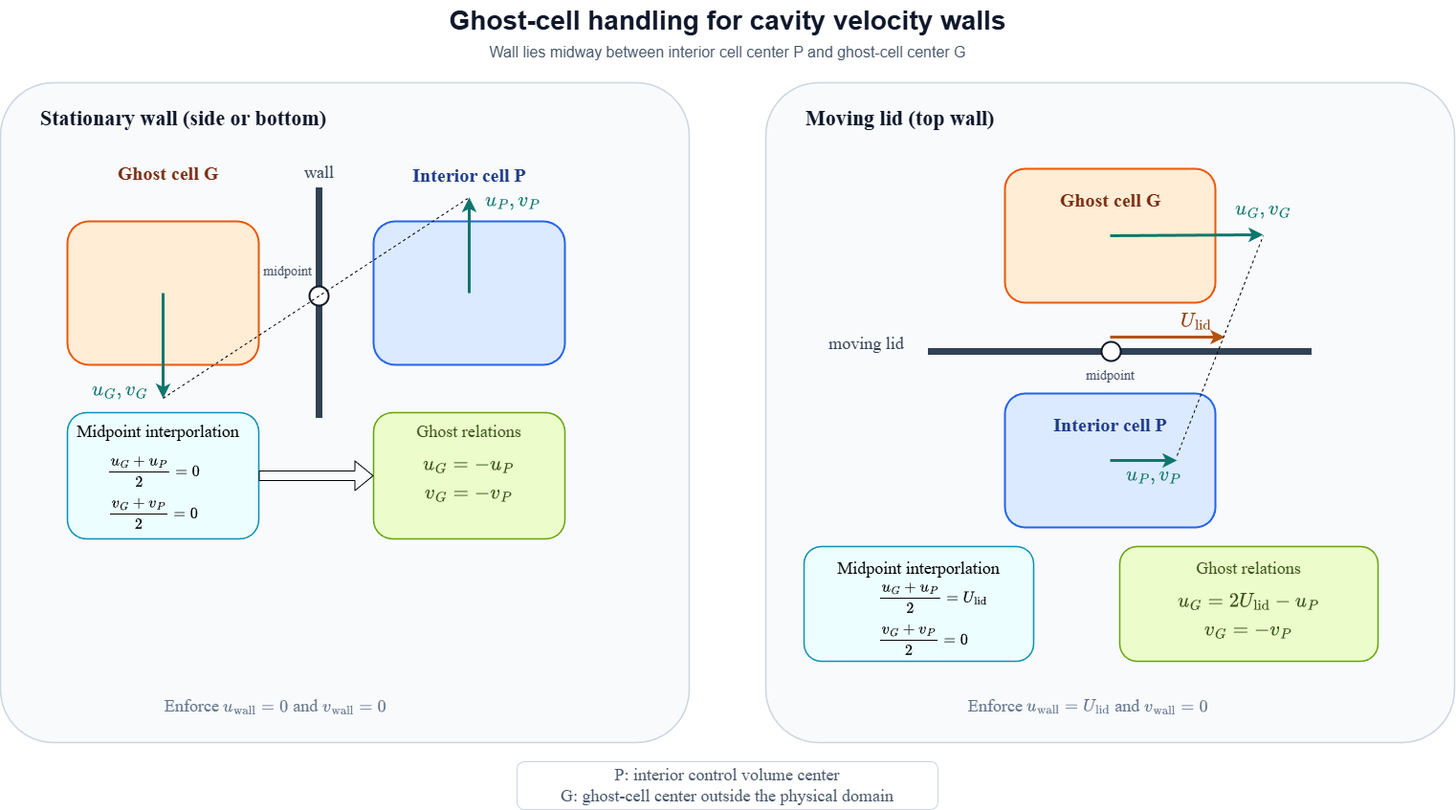
Before: docs/ghost_cell_velocity_boundaries.png, a diagram exported from draw.io (yinweijie/cfd-fvm-simple-eigen). Source tidied: cells renumbered, new cells last; positions are measured from the earlier drawing's top-left corner, leaving out a move shared by most shapes.
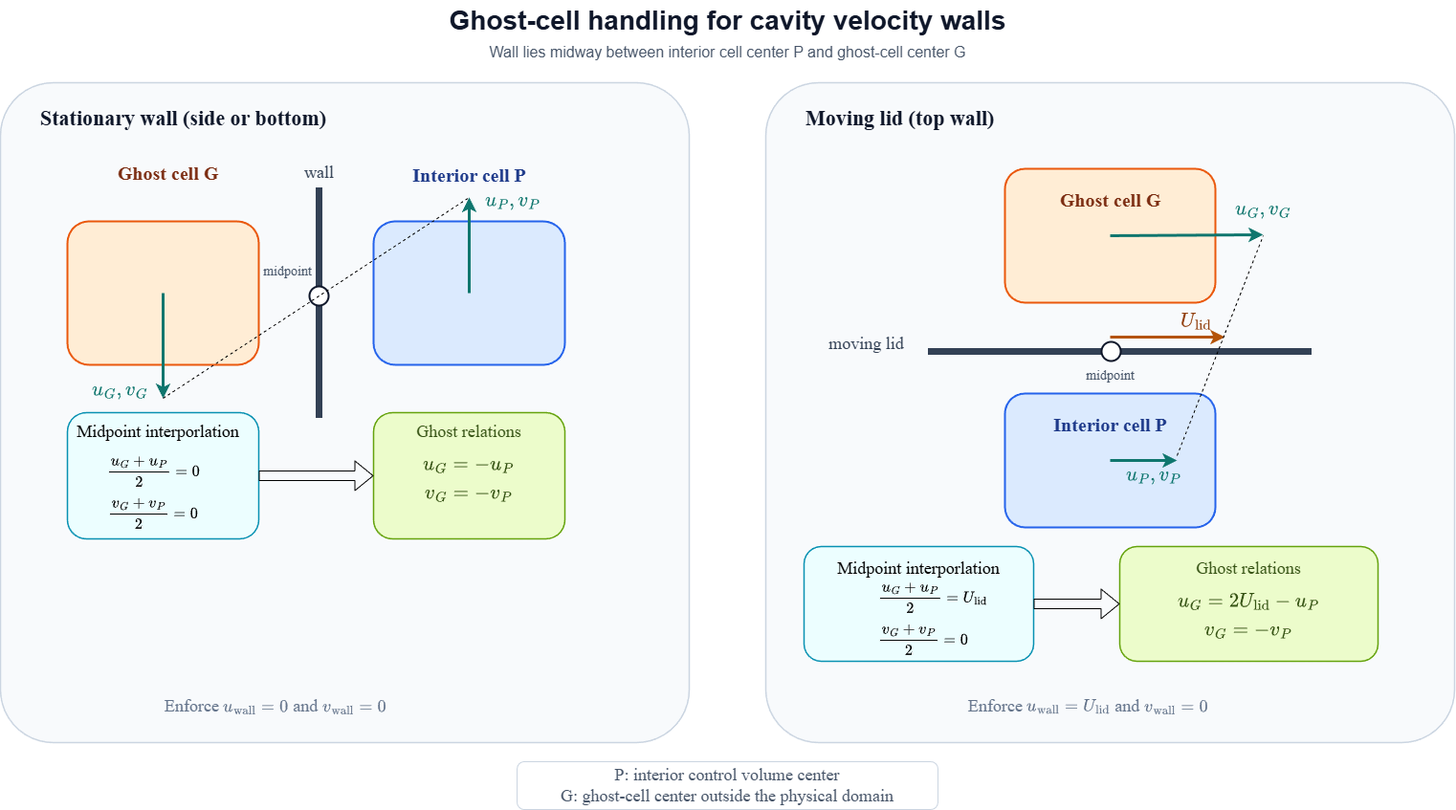
Later version of the same file.

The edit, as a diff of the source:
```diff
@@ -185,5 +185,8 @@
     <mxCell id="55" value="&lt;span style=&quot;color: rgb(54, 83, 20); font-size: 18px; text-align: left;&quot;&gt;`v_G = -v_P`&lt;/span&gt;" style="text;strokeColor=none;align=center;fillColor=none;html=1;verticalAlign=middle;whiteSpace=wrap;rounded=0;" parent="1" vertex="1">
       <mxGeometry x="1275" y="644" width="60" height="30" as="geometry" />
     </mxCell>
+    <mxCell id="56" style="shape=flexArrow;endArrow=classic;html=1;entryX=0;entryY=0.5;entryDx=0;entryDy=0;exitX=1;exitY=0.5;exitDx=0;exitDy=0;" parent="1" edge="1" source="38" target="39">
+      <mxGeometry relative="1" as="geometry" />
+    </mxCell>
   </root>
 </mxGraphModel>
```
